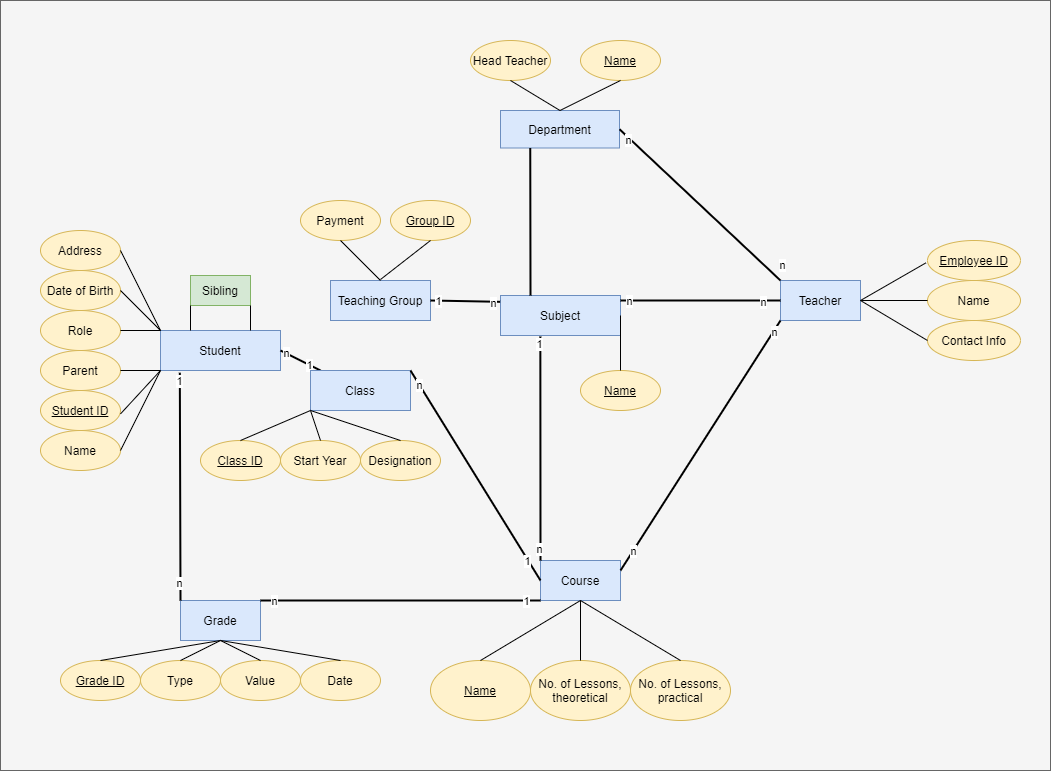
Earlier version of the draw.io export class.png (CODERS-BAY/school-erm-mightyllama). Source tidied: cells renumbered, new cells last; positions are measured from the earlier drawing's top-left corner, leaving out a move shared by most shapes.
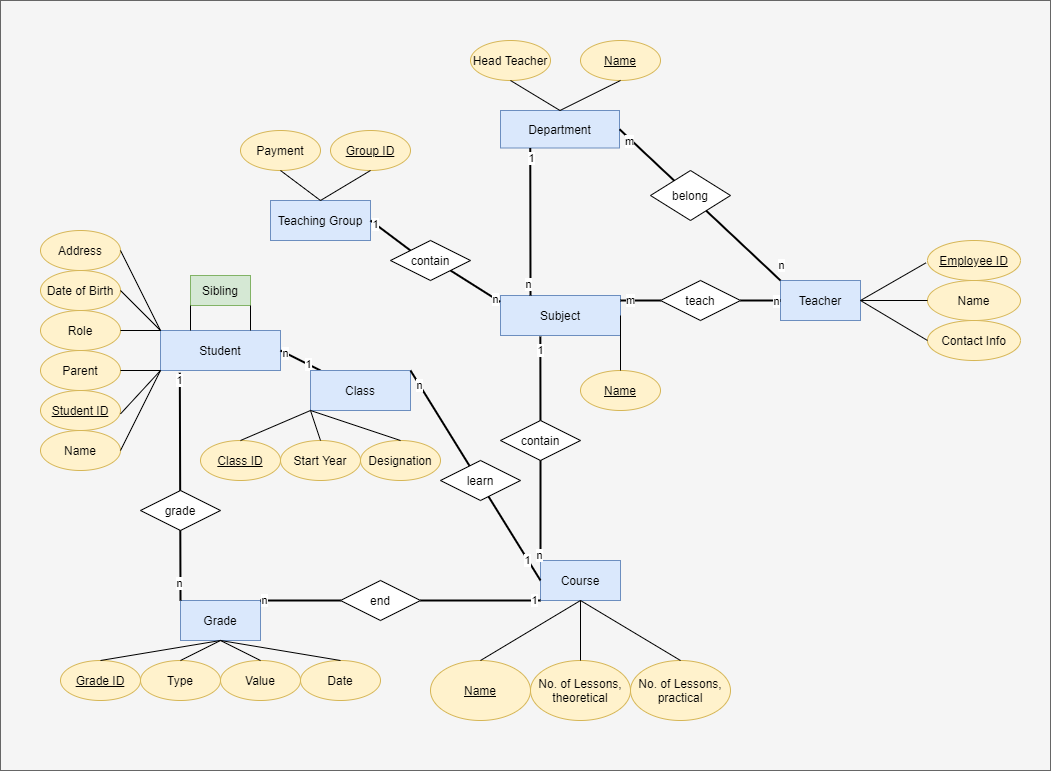
After the commit.

What changed in the source:
```diff
@@ -44,7 +44,13 @@
     <mxCell id="15" style="endArrow=none;html=1;exitX=0.25;exitY=0;exitDx=0;exitDy=0;entryX=0.25;entryY=1;entryDx=0;entryDy=0;strokeWidth=2;" parent="1" edge="1" source="11" target="10">
       <mxGeometry relative="1" as="geometry" />
     </mxCell>
+    <mxCell id="89" value="n" style="edgeLabel;html=1;align=center;verticalAlign=middle;" parent="15" vertex="1">
+      <mxGeometry x="-0.86" y="2" relative="1" as="geometry" />
+    </mxCell>
+    <mxCell id="90" value="1" style="edgeLabel;html=1;align=center;verticalAlign=middle;" parent="15" vertex="1">
+      <mxGeometry x="0.86" y="-1" relative="1" as="geometry" />
+    </mxCell>
-    <mxCell id="16" value="n" style="endArrow=none;html=1;entryX=1;entryY=0.5;entryDx=0;entryDy=0;exitX=0;exitY=0;exitDx=0;exitDy=0;strokeWidth=2;" parent="1" edge="1" source="4" target="10">
+    <mxCell id="16" value="m" style="endArrow=none;html=1;entryX=1;entryY=0.5;entryDx=0;entryDy=0;exitX=0;exitY=0;exitDx=0;exitDy=0;strokeWidth=2;" parent="1" edge="1" source="4" target="10">
       <mxGeometry x="0.86" y="2" relative="1" as="geometry" />
     </mxCell>
     <mxCell id="17" value="n" style="edgeLabel;html=1;align=center;verticalAlign=middle;" parent="16" vertex="1">
@@ -52,24 +58,14 @@
         <mxPoint x="90.9" y="67.5" as="offset" />
       </mxGeometry>
     </mxCell>
-    <mxCell id="18" style="endArrow=none;html=1;exitX=1;exitY=0.25;exitDx=0;exitDy=0;entryX=0;entryY=1;entryDx=0;entryDy=0;strokeWidth=2;" parent="1" edge="1" source="5" target="4">
-      <mxGeometry relative="1" as="geometry" />
-    </mxCell>
-    <mxCell id="19" value="n" style="edgeLabel;html=1;align=center;verticalAlign=middle;" parent="18" vertex="1">
-      <mxGeometry x="0.91" y="-1" relative="1" as="geometry" />
-    </mxCell>
-    <mxCell id="20" value="n" style="edgeLabel;html=1;align=center;verticalAlign=middle;" parent="18" vertex="1">
-      <mxGeometry x="-0.85" relative="1" as="geometry" />
-    </mxCell>
-    <mxCell id="21" style="endArrow=none;html=1;exitX=0;exitY=0;exitDx=0;exitDy=0;entryX=0.332;entryY=1.025;entryDx=0;entryDy=0;entryPerimeter=0;strokeWidth=2;" parent="1" edge="1" source="5" target="11">
+    <mxCell id="21" style="endArrow=none;html=1;entryX=0.332;entryY=1.025;entryDx=0;entryDy=0;entryPerimeter=0;strokeWidth=2;" parent="1" edge="1" source="97" target="11">
       <mxGeometry relative="1" as="geometry" />
     </mxCell>
     <mxCell id="22" value="1" style="edgeLabel;html=1;align=center;verticalAlign=middle;" parent="21" vertex="1">
-      <mxGeometry x="0.93" y="1" relative="1" as="geometry" />
+      <mxGeometry x="0.93" y="1" relative="1" as="geometry">
+        <mxPoint x="1.2" y="11.1" as="offset" />
+      </mxGeometry>
     </mxCell>
-    <mxCell id="23" value="n" style="edgeLabel;html=1;align=center;verticalAlign=middle;" parent="21" vertex="1">
-      <mxGeometry x="-0.9" y="1" relative="1" as="geometry" />
-    </mxCell>
     <mxCell id="24" value="Class" style="rounded=0;whiteSpace=wrap;html=1;fillColor=#dae8fc;strokeColor=#6c8ebf;" parent="1" vertex="1">
       <mxGeometry x="310" y="370" width="100" height="40" as="geometry" />
     </mxCell>
@@ -121,15 +117,12 @@
     <mxCell id="40" value="n" style="edgeLabel;html=1;align=center;verticalAlign=middle;" parent="38" vertex="1">
       <mxGeometry x="0.85" y="-1" relative="1" as="geometry" />
     </mxCell>
-    <mxCell id="41" style="endArrow=none;html=1;exitX=1;exitY=0;exitDx=0;exitDy=0;entryX=0;entryY=1;entryDx=0;entryDy=0;strokeWidth=2;" parent="1" edge="1" source="37" target="5">
+    <mxCell id="41" style="endArrow=none;html=1;exitX=1;exitY=0.5;exitDx=0;exitDy=0;entryX=0;entryY=1;entryDx=0;entryDy=0;strokeWidth=2;" parent="1" edge="1" source="100" target="5">
       <mxGeometry relative="1" as="geometry" />
     </mxCell>
     <mxCell id="42" value="1" style="edgeLabel;html=1;align=center;verticalAlign=middle;" parent="41" vertex="1">
       <mxGeometry x="0.89" relative="1" as="geometry" />
     </mxCell>
-    <mxCell id="43" value="n" style="edgeLabel;html=1;align=center;verticalAlign=middle;" parent="41" vertex="1">
-      <mxGeometry x="-0.9" relative="1" as="geometry" />
-    </mxCell>
     <mxCell id="44" value="&lt;u&gt;Employee ID&lt;/u&gt;" style="ellipse;whiteSpace=wrap;html=1;fillColor=#fff2cc;strokeColor=#d6b656;" parent="1" vertex="1">
       <mxGeometry x="927" y="240" width="93" height="40" as="geometry" />
     </mxCell>
@@ -140,19 +133,16 @@
       <mxGeometry x="927" y="320" width="93" height="40" as="geometry" />
     </mxCell>
     <mxCell id="47" value="Teaching Group" style="rounded=0;whiteSpace=wrap;html=1;fillColor=#dae8fc;strokeColor=#6c8ebf;" parent="1" vertex="1">
-      <mxGeometry x="330" y="280" width="100" height="40" as="geometry" />
+      <mxGeometry x="270" y="200" width="100" height="40" as="geometry" />
     </mxCell>
-    <mxCell id="48" style="endArrow=none;html=1;exitX=1;exitY=0.5;exitDx=0;exitDy=0;entryX=-0.003;entryY=0.158;entryDx=0;entryDy=0;entryPerimeter=0;strokeWidth=2;" parent="1" edge="1" source="47" target="11">
+    <mxCell id="48" style="endArrow=none;html=1;exitX=1;exitY=1;exitDx=0;exitDy=0;entryX=-0.003;entryY=0.158;entryDx=0;entryDy=0;entryPerimeter=0;strokeWidth=2;" parent="1" edge="1" source="103" target="11">
       <mxGeometry relative="1" as="geometry" />
     </mxCell>
-    <mxCell id="49" value="1" style="edgeLabel;html=1;align=center;verticalAlign=middle;" parent="48" vertex="1">
-      <mxGeometry x="-0.78" relative="1" as="geometry" />
-    </mxCell>
     <mxCell id="50" value="n" style="edgeLabel;html=1;align=center;verticalAlign=middle;" parent="48" vertex="1">
       <mxGeometry x="0.81" y="-1" relative="1" as="geometry" />
     </mxCell>
     <mxCell id="51" value="Payment" style="ellipse;whiteSpace=wrap;html=1;fillColor=#fff2cc;strokeColor=#d6b656;" parent="1" vertex="1">
-      <mxGeometry x="300" y="200" width="80" height="40" as="geometry" />
+      <mxGeometry x="240" y="130" width="80" height="40" as="geometry" />
     </mxCell>
     <mxCell id="52" style="endArrow=none;html=1;exitX=0.5;exitY=0;exitDx=0;exitDy=0;entryX=0.5;entryY=1;entryDx=0;entryDy=0;" parent="1" edge="1" source="47" target="51">
       <mxGeometry relative="1" as="geometry" />
@@ -169,15 +159,12 @@
     <mxCell id="56" style="endArrow=none;html=1;exitX=1;exitY=0.5;exitDx=0;exitDy=0;" parent="1" edge="1" source="11" target="55">
       <mxGeometry relative="1" as="geometry" />
     </mxCell>
-    <mxCell id="57" style="endArrow=none;html=1;entryX=0;entryY=0.5;entryDx=0;entryDy=0;exitX=1;exitY=0.125;exitDx=0;exitDy=0;exitPerimeter=0;strokeWidth=2;" parent="1" edge="1" source="11" target="4">
+    <mxCell id="57" style="endArrow=none;html=1;entryX=0;entryY=0.5;entryDx=0;entryDy=0;exitX=1;exitY=0.5;exitDx=0;exitDy=0;strokeWidth=2;" parent="1" edge="1" source="92" target="4">
       <mxGeometry relative="1" as="geometry" />
     </mxCell>
     <mxCell id="58" value="n" style="edgeLabel;html=1;align=center;verticalAlign=middle;" parent="57" vertex="1">
       <mxGeometry x="0.78" y="-1" relative="1" as="geometry" />
     </mxCell>
-    <mxCell id="59" value="n" style="edgeLabel;html=1;align=center;verticalAlign=middle;" parent="57" vertex="1">
-      <mxGeometry x="-0.91" relative="1" as="geometry" />
-    </mxCell>
     <mxCell id="60" value="Head Teacher" style="ellipse;whiteSpace=wrap;html=1;fillColor=#fff2cc;strokeColor=#d6b656;" parent="1" vertex="1">
       <mxGeometry x="470" y="40" width="80" height="40" as="geometry" />
     </mxCell>
@@ -224,12 +211,10 @@
       <mxGeometry relative="1" as="geometry" />
     </mxCell>
     <mxCell id="75" value="&lt;u&gt;Group ID&lt;/u&gt;" style="ellipse;whiteSpace=wrap;html=1;fillColor=#fff2cc;strokeColor=#d6b656;" parent="1" vertex="1">
-      <mxGeometry x="390" y="200" width="80" height="40" as="geometry" />
+      <mxGeometry x="330" y="130" width="80" height="40" as="geometry" />
     </mxCell>
-    <mxCell id="76" style="endArrow=none;html=1;entryX=0.5;entryY=1;entryDx=0;entryDy=0;" parent="1" edge="1" target="75">
-      <mxGeometry relative="1" as="geometry">
-        <mxPoint x="380" y="279" as="sourcePoint" />
-      </mxGeometry>
+    <mxCell id="76" style="endArrow=none;html=1;entryX=0.5;entryY=1;entryDx=0;entryDy=0;exitX=0.5;exitY=0;exitDx=0;exitDy=0;" parent="1" edge="1" source="47" target="75">
+      <mxGeometry relative="1" as="geometry" />
     </mxCell>
     <mxCell id="77" style="endArrow=none;html=1;exitX=1;exitY=0.5;exitDx=0;exitDy=0;entryX=0.5;entryY=1;entryDx=0;entryDy=0;" parent="1" edge="1" source="4" target="45">
       <mxGeometry relative="1" as="geometry" />
@@ -273,5 +258,52 @@
     <mxCell id="88" style="endArrow=none;html=1;entryX=0;entryY=1;entryDx=0;entryDy=0;exitX=0.5;exitY=0;exitDx=0;exitDy=0;" parent="1" edge="1" source="33" target="24">
       <mxGeometry relative="1" as="geometry" />
     </mxCell>
+    <mxCell id="91" value="belong" style="rhombus;whiteSpace=wrap;html=1;" parent="1" vertex="1">
+      <mxGeometry x="650" y="170" width="80" height="50" as="geometry" />
+    </mxCell>
+    <mxCell id="92" value="teach" style="rhombus;whiteSpace=wrap;html=1;" parent="1" vertex="1">
+      <mxGeometry x="660" y="280" width="80" height="40" as="geometry" />
+    </mxCell>
+    <mxCell id="93" style="endArrow=none;html=1;entryX=0;entryY=0.5;entryDx=0;entryDy=0;exitX=1;exitY=0.125;exitDx=0;exitDy=0;exitPerimeter=0;strokeWidth=2;" parent="1" edge="1" source="11" target="92">
+      <mxGeometry relative="1" as="geometry" />
+    </mxCell>
+    <mxCell id="94" value="m" style="edgeLabel;html=1;align=center;verticalAlign=middle;" parent="93" vertex="1">
+      <mxGeometry x="-0.91" relative="1" as="geometry">
+        <mxPoint x="8.3" as="offset" />
+      </mxGeometry>
+    </mxCell>
+    <mxCell id="95" value="learn" style="rhombus;whiteSpace=wrap;html=1;" parent="1" vertex="1">
+      <mxGeometry x="440" y="460" width="80" height="40" as="geometry" />
+    </mxCell>
+    <mxCell id="96" value="grade" style="rhombus;whiteSpace=wrap;html=1;" parent="1" vertex="1">
+      <mxGeometry x="140" y="490" width="80" height="40" as="geometry" />
+    </mxCell>
+    <mxCell id="97" value="contain" style="rhombus;whiteSpace=wrap;html=1;" parent="1" vertex="1">
+      <mxGeometry x="500" y="420" width="80" height="40" as="geometry" />
+    </mxCell>
+    <mxCell id="98" style="endArrow=none;html=1;exitX=0;exitY=0;exitDx=0;exitDy=0;entryX=0.5;entryY=1;entryDx=0;entryDy=0;strokeWidth=2;" parent="1" edge="1" source="5" target="97">
+      <mxGeometry relative="1" as="geometry" />
+    </mxCell>
+    <mxCell id="99" value="n" style="edgeLabel;html=1;align=center;verticalAlign=middle;" parent="98" vertex="1">
+      <mxGeometry x="-0.9" y="1" relative="1" as="geometry" />
+    </mxCell>
+    <mxCell id="100" value="end" style="rhombus;whiteSpace=wrap;html=1;" parent="1" vertex="1">
+      <mxGeometry x="340" y="580" width="80" height="40" as="geometry" />
+    </mxCell>
+    <mxCell id="101" style="endArrow=none;html=1;exitX=1;exitY=0;exitDx=0;exitDy=0;entryX=0;entryY=0.5;entryDx=0;entryDy=0;strokeWidth=2;" parent="1" edge="1" source="37" target="100">
+      <mxGeometry relative="1" as="geometry" />
+    </mxCell>
+    <mxCell id="102" value="n" style="edgeLabel;html=1;align=center;verticalAlign=middle;" parent="101" vertex="1">
+      <mxGeometry x="-0.9" relative="1" as="geometry" />
+    </mxCell>
+    <mxCell id="103" value="contain" style="rhombus;whiteSpace=wrap;html=1;" parent="1" vertex="1">
+      <mxGeometry x="390" y="240" width="80" height="40" as="geometry" />
+    </mxCell>
+    <mxCell id="104" style="endArrow=none;html=1;exitX=1;exitY=0.5;exitDx=0;exitDy=0;entryX=0;entryY=0;entryDx=0;entryDy=0;strokeWidth=2;" parent="1" edge="1" source="47" target="103">
+      <mxGeometry relative="1" as="geometry" />
+    </mxCell>
+    <mxCell id="105" value="1" style="edgeLabel;html=1;align=center;verticalAlign=middle;" parent="104" vertex="1">
+      <mxGeometry x="-0.78" relative="1" as="geometry" />
+    </mxCell>
   </root>
 </mxGraphModel>
```
